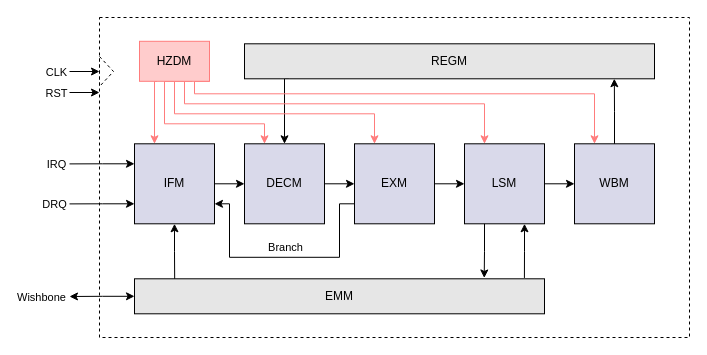
cchaine/ECAP5-DPROC keeps this draw.io diagram as docs/src/assets/architecture.drawio. Above is the earlier version. Source tidied: cells renumbered, new cells numbered last; positions are measured from the earlier drawing's top-left corner, leaving out a move shared by most shapes. Both pictures are drawn from the tidied source at 100%, with x=0, y=0 at pixel (69, 17).
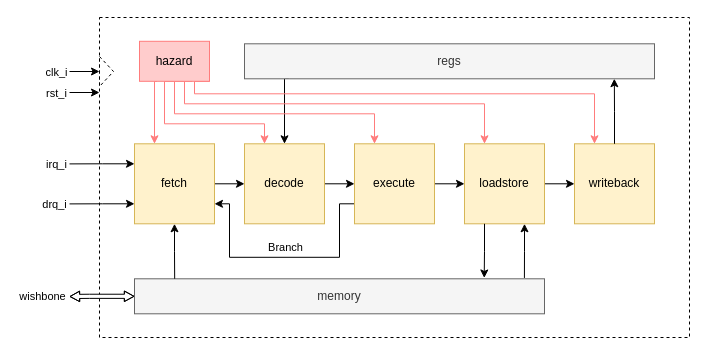
The same page after the edit.

Unchanged cells that the change refers to:
```xml
<mxCell id="3" style="group;" parent="1" vertex="1">
  <mxGeometry x="65" y="23.8" width="520" height="272.5" as="geometry" />
</mxCell>
<mxCell id="5" style="edgeStyle=orthogonalEdgeStyle;rounded=0;jettySize=auto;html=1;exitX=0;exitY=0.75;exitDx=0;exitDy=0;endArrow=none;endFill=0;startArrow=classic;startFill=1;" parent="3" edge="1" source="10">
  <mxGeometry relative="1" as="geometry">
    <mxPoint x="-65" y="162.6" as="targetPoint" />
  </mxGeometry>
</mxCell>
<mxCell id="7" style="edgeStyle=orthogonalEdgeStyle;rounded=0;jettySize=auto;html=1;exitX=0;exitY=0.25;exitDx=0;exitDy=0;endArrow=none;endFill=0;startArrow=classic;startFill=1;" parent="3" edge="1" source="10">
  <mxGeometry relative="1" as="geometry">
    <mxPoint x="-65" y="122.6" as="targetPoint" />
  </mxGeometry>
</mxCell>
<mxCell id="34" style="edgeStyle=orthogonalEdgeStyle;rounded=0;jettySize=auto;html=1;exitX=0;exitY=0.5;exitDx=0;exitDy=0;endArrow=none;endFill=0;startArrow=classic;startFill=1;" parent="1" edge="1" source="36">
  <mxGeometry relative="1" as="geometry">
    <mxPoint y="54.1" as="targetPoint" />
  </mxGeometry>
</mxCell>
<mxCell id="37" style="edgeStyle=orthogonalEdgeStyle;rounded=0;orthogonalLoop=1;jettySize=auto;html=1;exitX=0;exitY=0.5;exitDx=0;exitDy=0;endArrow=none;endFill=0;startArrow=classic;startFill=1;" parent="1" edge="1">
  <mxGeometry relative="1" as="geometry">
    <mxPoint x="30" y="75" as="sourcePoint" />
    <mxPoint y="75.1" as="targetPoint" />
  </mxGeometry>
</mxCell>
```

What changed in the source:
```diff
@@
-    <mxCell id="6" value="DRQ" style="edgeLabel;html=1;align=center;verticalAlign=middle;" parent="5" vertex="1">
+    <mxCell id="6" value="drq_i" style="edgeLabel;html=1;align=center;verticalAlign=middle;" parent="5" vertex="1">
       <mxGeometry x="0.73" relative="1" as="geometry">
         <mxPoint x="-24" as="offset" />
       </mxGeometry>
     </mxCell>
@@
-    <mxCell id="8" value="IRQ" style="edgeLabel;html=1;align=center;verticalAlign=middle;" parent="7" vertex="1">
+    <mxCell id="8" value="irq_i" style="edgeLabel;html=1;align=center;verticalAlign=middle;" parent="7" vertex="1">
       <mxGeometry x="0.63" relative="1" as="geometry">
         <mxPoint x="-26" as="offset" />
       </mxGeometry>
     </mxCell>
@@
-    <mxCell id="10" value="IFM" style="whiteSpace=wrap;html=1;fillColor=#D9D9EA;" parent="3" vertex="1">
+    <mxCell id="10" value="fetch" style="whiteSpace=wrap;html=1;fillColor=#fff2cc;strokeColor=#d6b656;" parent="3" vertex="1">
       <mxGeometry y="102.5" width="80" height="80" as="geometry" />
     </mxCell>
@@
-    <mxCell id="12" value="DECM" style="whiteSpace=wrap;html=1;fillColor=#d9d9ea;" parent="3" vertex="1">
+    <mxCell id="12" value="decode" style="whiteSpace=wrap;html=1;fillColor=#fff2cc;strokeColor=#d6b656;" parent="3" vertex="1">
       <mxGeometry x="110" y="102.5" width="80" height="80" as="geometry" />
     </mxCell>
@@
-    <mxCell id="16" value="EXM" style="whiteSpace=wrap;html=1;fillColor=#D9D9EA;" parent="3" vertex="1">
+    <mxCell id="16" value="execute" style="whiteSpace=wrap;html=1;fillColor=#fff2cc;strokeColor=#d6b656;" parent="3" vertex="1">
       <mxGeometry x="220" y="102.5" width="80" height="80" as="geometry" />
     </mxCell>
@@
-    <mxCell id="18" value="LSM" style="whiteSpace=wrap;html=1;fillColor=#D9D9EA;" parent="3" vertex="1">
+    <mxCell id="18" value="loadstore" style="whiteSpace=wrap;html=1;fillColor=#fff2cc;strokeColor=#d6b656;" parent="3" vertex="1">
       <mxGeometry x="330" y="102.5" width="80" height="80" as="geometry" />
     </mxCell>
-    <mxCell id="19" value="WBM" style="whiteSpace=wrap;html=1;fillColor=#D9D9EA;" parent="3" vertex="1">
+    <mxCell id="19" value="writeback" style="whiteSpace=wrap;html=1;fillColor=#fff2cc;strokeColor=#d6b656;" parent="3" vertex="1">
       <mxGeometry x="440" y="102.5" width="80" height="80" as="geometry" />
     </mxCell>
-    <mxCell id="20" style="edgeStyle=orthogonalEdgeStyle;rounded=0;jettySize=auto;html=1;exitX=0;exitY=0.5;exitDx=0;exitDy=0;startArrow=classic;startFill=1;" parent="3" edge="1" source="22">
+    <mxCell id="20" style="edgeStyle=orthogonalEdgeStyle;rounded=0;jettySize=auto;html=1;exitX=0;exitY=0.5;exitDx=0;exitDy=0;startArrow=classic;startFill=1;shape=flexArrow;width=4.150943396226415;endSize=2.876136363636363;endWidth=5.323756432246998;startWidth=5.323756432246998;startSize=2.876136363636363;fillColor=default;" parent="3" edge="1" source="22">
       <mxGeometry relative="1" as="geometry">
         <mxPoint x="-65" y="255.2" as="targetPoint" />
+        <Array as="points">
+          <mxPoint x="-45" y="255" />
+        </Array>
       </mxGeometry>
     </mxCell>
-    <mxCell id="21" value="Wishbone" style="edgeLabel;html=1;align=center;verticalAlign=middle;" parent="20" vertex="1">
+    <mxCell id="21" value="wishbone" style="edgeLabel;html=1;align=center;verticalAlign=middle;" parent="20" vertex="1">
       <mxGeometry x="0.58" relative="1" as="geometry">
         <mxPoint x="-42" as="offset" />
       </mxGeometry>
     </mxCell>
-    <mxCell id="22" value="EMM" style="rounded=0;whiteSpace=wrap;html=1;fillColor=#e6e6e6;" parent="3" vertex="1">
+    <mxCell id="22" value="memory" style="rounded=0;whiteSpace=wrap;html=1;fillColor=#f5f5f5;fontColor=#333333;strokeColor=#666666;" parent="3" vertex="1">
       <mxGeometry y="237.5" width="410" height="35" as="geometry" />
     </mxCell>
@@
-    <mxCell id="28" value="HZDM" style="rounded=0;whiteSpace=wrap;html=1;fillColor=#ffcccc;strokeColor=#ff7c7c;" parent="3" vertex="1">
+    <mxCell id="28" value="hazard" style="rounded=0;whiteSpace=wrap;html=1;fillColor=#ffcccc;strokeColor=#ff7c7c;" parent="3" vertex="1">
       <mxGeometry x="5" width="70" height="40" as="geometry" />
     </mxCell>
-    <mxCell id="29" value="REGM" style="rounded=0;whiteSpace=wrap;html=1;fillColor=#e6e6e6;" parent="3" vertex="1">
+    <mxCell id="29" value="regs" style="rounded=0;whiteSpace=wrap;html=1;fillColor=#f5f5f5;fontColor=#333333;strokeColor=#666666;" parent="3" vertex="1">
       <mxGeometry x="110" y="2.5" width="410" height="35" as="geometry" />
     </mxCell>
@@
-    <mxCell id="35" value="CLK" style="edgeLabel;html=1;align=center;verticalAlign=middle;" parent="34" vertex="1">
+    <mxCell id="35" value="clk_i" style="edgeLabel;html=1;align=center;verticalAlign=middle;" parent="34" vertex="1">
       <mxGeometry x="0.48" relative="1" as="geometry">
         <mxPoint x="-22" as="offset" />
       </mxGeometry>
     </mxCell>
@@
-    <mxCell id="38" value="RST" style="edgeLabel;html=1;align=center;verticalAlign=middle;" parent="37" vertex="1">
+    <mxCell id="38" value="rst_i" style="edgeLabel;html=1;align=center;verticalAlign=middle;" parent="37" vertex="1">
       <mxGeometry x="0.48" relative="1" as="geometry">
         <mxPoint x="-22" as="offset" />
       </mxGeometry>
     </mxCell>
```
